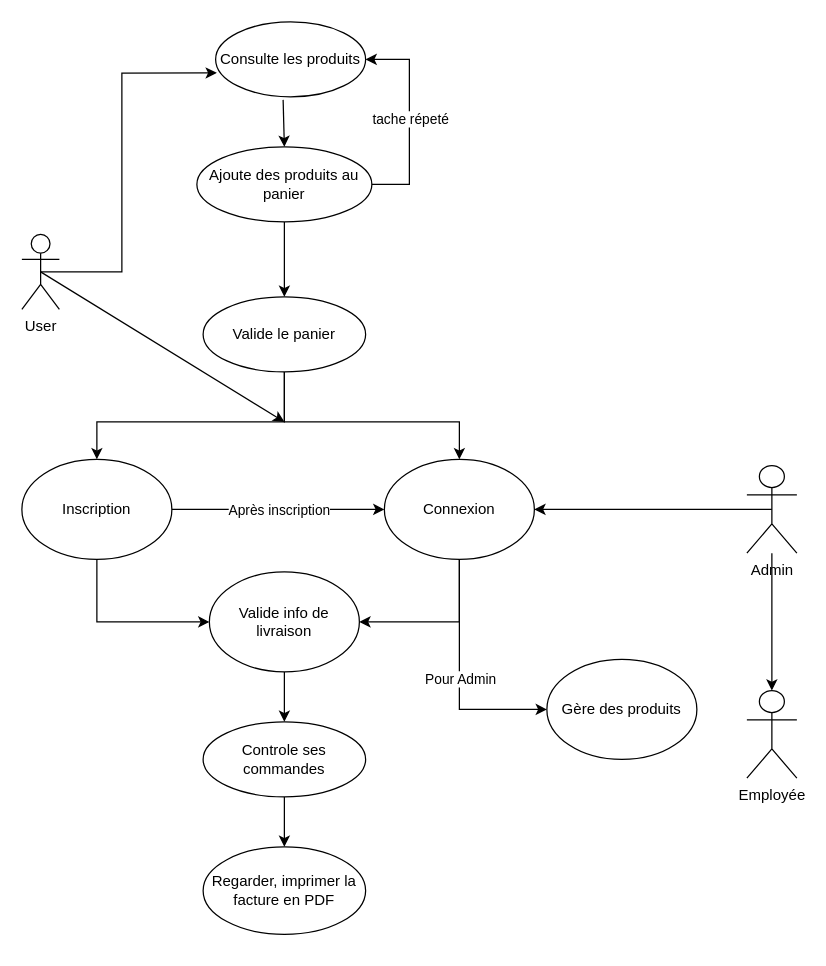
This is Village_Green/Diagramme_cas_d_utilisation.drawio from Rustam0-0/-CDA_1_21188, a draw.io file, before an edit. Source tidied: cells renumbered, new cells numbered last; positions are measured from the earlier drawing's top-left corner, leaving out a move shared by most shapes. Both pictures are drawn from the tidied source at 125%, with x=0, y=0 at pixel (21, 21).
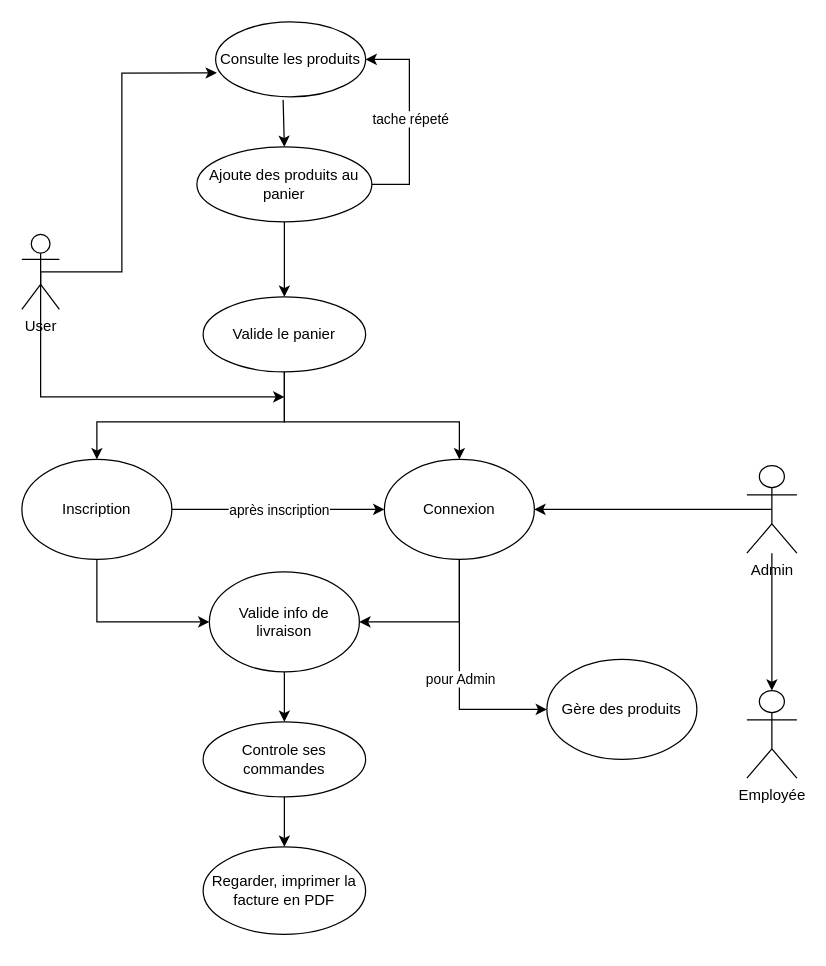
After the change.

The change refers to these unchanged cells:
```xml
<mxCell id="2" value="User" style="shape=umlActor;verticalLabelPosition=bottom;verticalAlign=top;html=1;outlineConnect=0;" parent="1" vertex="1">
  <mxGeometry y="170" width="30" height="60" as="geometry" />
</mxCell>
<mxCell id="9" value="Regarder, imprimer la facture en PDF" style="ellipse;whiteSpace=wrap;html=1;" parent="1" vertex="1">
  <mxGeometry x="145" y="660" width="130" height="70" as="geometry" />
</mxCell>
<mxCell id="25" style="endArrow=classic;html=1;rounded=0;exitX=1;exitY=0.5;exitDx=0;exitDy=0;entryX=0;entryY=0.5;entryDx=0;entryDy=0;" parent="1" edge="1" source="18" target="17">
  <mxGeometry relative="1" as="geometry" />
</mxCell>
<mxCell id="30" style="endArrow=classic;html=1;rounded=0;entryX=0;entryY=0.5;entryDx=0;entryDy=0;" parent="1" edge="1" source="17" target="29">
  <mxGeometry relative="1" as="geometry">
    <Array as="points">
      <mxPoint x="350" y="550" />
    </Array>
  </mxGeometry>
</mxCell>
```

Diff of the diagram source:
```diff
@@
     <mxCell id="24" style="endArrow=classic;html=1;rounded=0;exitX=0.5;exitY=0.5;exitDx=0;exitDy=0;exitPerimeter=0;" parent="1" edge="1" source="2">
       <mxGeometry relative="1" as="geometry">
-        <mxPoint x="210" y="320" as="targetPoint" />
+        <mxPoint x="210" y="300" as="targetPoint" />
+        <Array as="points">
+          <mxPoint x="15" y="300" />
+        </Array>
       </mxGeometry>
     </mxCell>
@@
-    <mxCell id="26" value="Après inscription" style="edgeLabel;html=1;align=center;verticalAlign=middle;" parent="25" vertex="1">
+    <mxCell id="26" value="après inscription" style="edgeLabel;html=1;align=center;verticalAlign=middle;" parent="25" vertex="1">
       <mxGeometry relative="1" as="geometry" />
     </mxCell>
@@
-    <mxCell id="31" value="Pour Admin" style="edgeLabel;html=1;align=center;verticalAlign=middle;" parent="30" vertex="1">
+    <mxCell id="31" value="pour Admin" style="edgeLabel;html=1;align=center;verticalAlign=middle;" parent="30" vertex="1">
       <mxGeometry relative="1" as="geometry" />
     </mxCell>
+    <mxCell id="32" style="edgeStyle=orthogonalEdgeStyle;rounded=0;orthogonalLoop=1;jettySize=auto;html=1;exitX=0.5;exitY=1;exitDx=0;exitDy=0;" parent="1" edge="1" source="9" target="9">
+      <mxGeometry relative="1" as="geometry" />
+    </mxCell>
```
